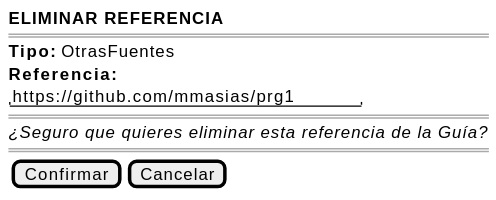
Before: images/RUP/01-requisitos/03-detalle-casos-uso/eliminarReferenciaBibliografica/wireframe.svg, a diagram exported from PlantUML (mmasias/pyCeldaPublico). Source of this version:
```plantuml
@startsalt eliminarReferenciaBibliografica-wireframe
{
    <b>ELIMINAR REFERENCIA</b>
    ====
    <b>Tipo:</b> OtrasFuentes
    <b>Referencia:</b>
    "https://github.com/mmasias/prg1"
    ====
    <i>¿Seguro que quieres eliminar esta referencia de la Guía?</i>
    ====
    {[Confirmar] | [Cancelar]}
}
@endsalt
```
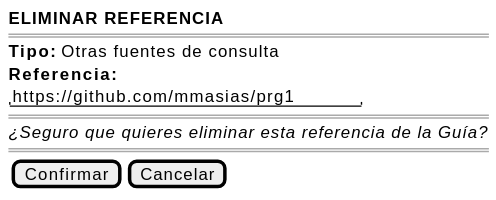
The same file after the commit.

Change to the diagram source:
```diff
@@ -2,7 +2,7 @@
 {
     <b>ELIMINAR REFERENCIA</b>
     ====
-    <b>Tipo:</b> OtrasFuentes
+    <b>Tipo:</b> Otras fuentes de consulta
     <b>Referencia:</b>
     "https://github.com/mmasias/prg1"
     ====
```
